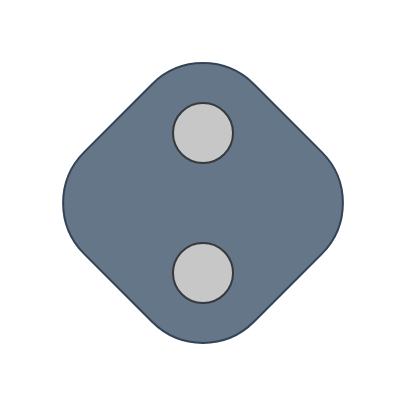
javijnb/LPRO_diagrams keeps this draw.io diagram as negro.drawio. Above is the earlier version. Source tidied: cells renumbered, new cells numbered last; positions are measured from the earlier drawing's top-left corner, leaving out a move shared by most shapes. Both pictures are drawn from the tidied source at 200%, with x=0, y=0 at pixel (82, 82).
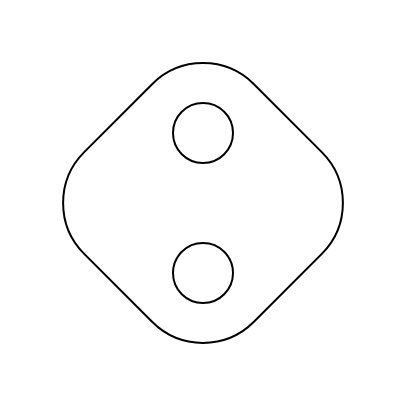
The same page after the edit.

Diff of the diagram source:
```diff
@@
 <mxGraphModel>
   <root>
     <mxCell id="0" />
     <mxCell id="1" parent="0" />
-    <mxCell id="2" style="rounded=1;whiteSpace=wrap;html=1;arcSize=30;rotation=45;fillColor=#647687;fontColor=#ffffff;strokeColor=#314354;" parent="1" vertex="1">
+    <mxCell id="2" style="rounded=1;whiteSpace=wrap;html=1;arcSize=30;rotation=45;" parent="1" vertex="1">
       <mxGeometry width="120" height="120" as="geometry" />
     </mxCell>
-    <mxCell id="3" style="ellipse;whiteSpace=wrap;html=1;fillColor=#C7C7C7;strokeColor=#36393d;" parent="1" vertex="1">
+    <mxCell id="3" style="ellipse;whiteSpace=wrap;html=1;" parent="1" vertex="1">
       <mxGeometry x="45" y="10" width="30" height="30" as="geometry" />
     </mxCell>
-    <mxCell id="4" style="ellipse;whiteSpace=wrap;html=1;fillColor=#C7C7C7;strokeColor=#36393d;" parent="1" vertex="1">
+    <mxCell id="4" style="ellipse;whiteSpace=wrap;html=1;" parent="1" vertex="1">
       <mxGeometry x="45" y="80" width="30" height="30" as="geometry" />
     </mxCell>
   </root>
 </mxGraphModel>
```
